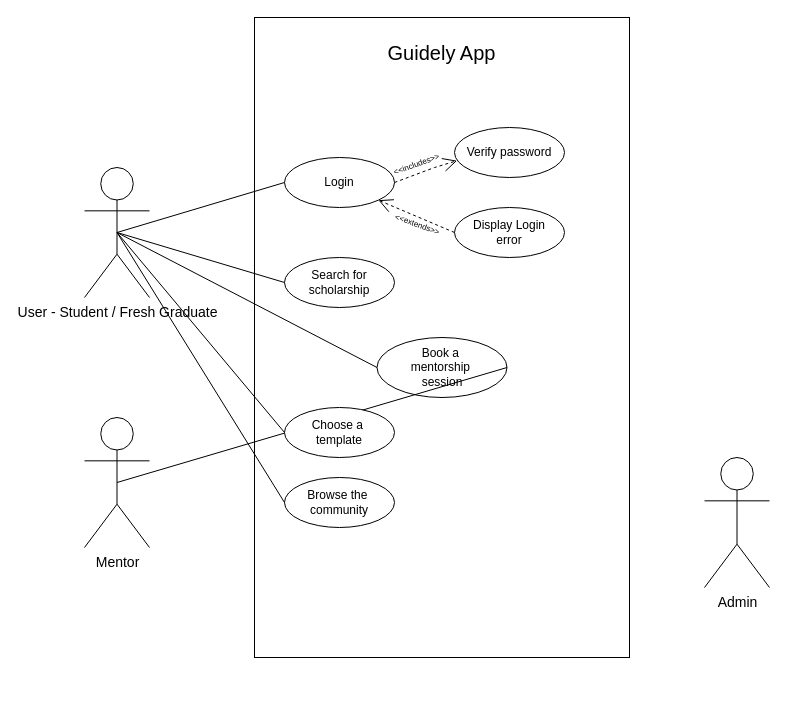
Before: Use Case Diagram - Guidely.drawio in haneen1705/Guidely, a draw.io diagram. Source tidied: cells renumbered, new cells numbered last; positions are measured from the earlier drawing's top-left corner, leaving out a move shared by most shapes. Both pictures are drawn from the tidied source at 100%, with x=0, y=0 at pixel (84, 17).
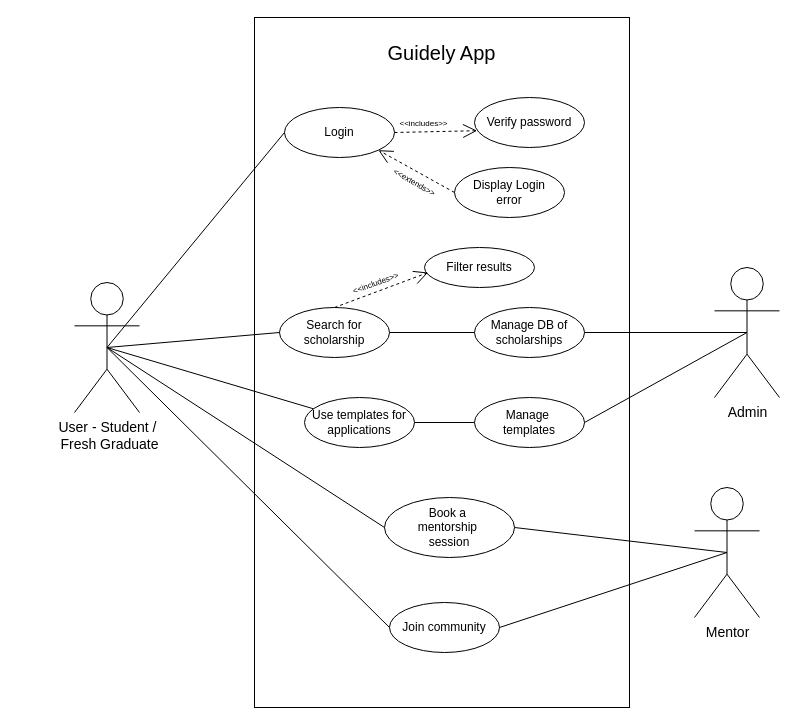
After the change.

Diff of the diagram source:
```diff
@@
     <mxCell id="2" style="rounded=0;whiteSpace=wrap;html=1;" parent="1" vertex="1">
-      <mxGeometry x="170" width="375" height="640" as="geometry" />
+      <mxGeometry x="170" width="375" height="690" as="geometry" />
     </mxCell>
     <mxCell id="3" value="Mentor" style="shape=umlActor;verticalLabelPosition=bottom;verticalAlign=top;html=1;outlineConnect=0;fontSize=14;" parent="1" vertex="1">
-      <mxGeometry y="400" width="65" height="130" as="geometry" />
+      <mxGeometry x="610" y="470" width="65" height="130" as="geometry" />
     </mxCell>
-    <mxCell id="4" value="User - Student / Fresh Graduate" style="shape=umlActor;verticalLabelPosition=bottom;verticalAlign=top;html=1;outlineConnect=0;fontSize=14;" parent="1" vertex="1">
-      <mxGeometry y="150" width="65" height="130" as="geometry" />
+    <mxCell id="4" value="User - Student /&lt;br&gt;&amp;nbsp;Fresh Graduate" style="shape=umlActor;verticalLabelPosition=bottom;verticalAlign=top;html=1;outlineConnect=0;fontSize=14;" parent="1" vertex="1">
+      <mxGeometry x="-10" y="265" width="65" height="130" as="geometry" />
     </mxCell>
@@
     <mxCell id="6" value="Login" style="ellipse;whiteSpace=wrap;html=1;" parent="1" vertex="1">
-      <mxGeometry x="200" y="140" width="110" height="50" as="geometry" />
+      <mxGeometry x="200" y="90" width="110" height="50" as="geometry" />
     </mxCell>
@@
     <mxCell id="8" value="&lt;div&gt;Display Login&lt;/div&gt;&lt;div&gt;error&lt;/div&gt;" style="ellipse;whiteSpace=wrap;html=1;" parent="1" vertex="1">
-      <mxGeometry x="370" y="190" width="110" height="50" as="geometry" />
+      <mxGeometry x="370" y="150" width="110" height="50" as="geometry" />
     </mxCell>
     <mxCell id="9" value="Verify password" style="ellipse;whiteSpace=wrap;html=1;" parent="1" vertex="1">
-      <mxGeometry x="370" y="110" width="110" height="50" as="geometry" />
+      <mxGeometry x="390" y="80" width="110" height="50" as="geometry" />
     </mxCell>
     <mxCell id="10" style="endArrow=open;dashed=1;endFill=0;endSize=12;html=1;rounded=0;exitX=1;exitY=0.5;exitDx=0;exitDy=0;entryX=0.024;entryY=0.664;entryDx=0;entryDy=0;entryPerimeter=0;" parent="1" edge="1" source="6" target="9">
-      <mxGeometry relative="1" as="geometry">
-        <Array as="points">
-          <mxPoint x="350" y="150" />
-        </Array>
-      </mxGeometry>
+      <mxGeometry relative="1" as="geometry" />
     </mxCell>
-    <mxCell id="11" value="&amp;lt;&amp;lt;includes&amp;gt;&amp;gt;" style="edgeLabel;html=1;align=center;verticalAlign=middle;fontSize=8;rotation=-20;labelBackgroundColor=none;" parent="10" vertex="1">
+    <mxCell id="11" value="&amp;lt;&amp;lt;includes&amp;gt;&amp;gt;" style="edgeLabel;html=1;align=center;verticalAlign=middle;fontSize=8;rotation=0;labelBackgroundColor=none;" parent="10" vertex="1">
       <mxGeometry x="-0.22" y="1" relative="1" as="geometry">
         <mxPoint x="-3" y="-8" as="offset" />
       </mxGeometry>
     </mxCell>
-    <mxCell id="12" value="&amp;lt;&amp;lt;extends&amp;gt;&amp;gt;" style="edgeLabel;html=1;align=center;verticalAlign=middle;fontSize=8;rotation=20;labelBorderColor=none;labelBackgroundColor=none;" parent="10" vertex="1">
+    <mxCell id="12" value="&amp;lt;&amp;lt;extends&amp;gt;&amp;gt;" style="edgeLabel;html=1;align=center;verticalAlign=middle;fontSize=8;rotation=30;labelBorderColor=none;labelBackgroundColor=none;" parent="10" vertex="1">
       <mxGeometry x="-0.22" y="1" relative="1" as="geometry">
-        <mxPoint x="-1" y="51" as="offset" />
+        <mxPoint x="-12" y="51" as="offset" />
       </mxGeometry>
     </mxCell>
@@
     <mxCell id="14" value="Search for scholarship" style="ellipse;whiteSpace=wrap;html=1;" parent="1" vertex="1">
-      <mxGeometry x="200" y="240" width="110" height="50" as="geometry" />
+      <mxGeometry x="195" y="290" width="110" height="50" as="geometry" />
     </mxCell>
@@
     <mxCell id="16" value="&lt;div&gt;Book a&amp;nbsp;&lt;/div&gt;&lt;div&gt;mentorship&amp;nbsp;&lt;/div&gt;&lt;div&gt;session&lt;/div&gt;" style="ellipse;whiteSpace=wrap;html=1;" parent="1" vertex="1">
-      <mxGeometry x="292.5" y="320" width="130" height="60" as="geometry" />
+      <mxGeometry x="300" y="480" width="130" height="60" as="geometry" />
     </mxCell>
@@
-    <mxCell id="19" value="&lt;div&gt;Choose a&amp;nbsp;&lt;/div&gt;&lt;div&gt;template&lt;/div&gt;" style="ellipse;whiteSpace=wrap;html=1;" parent="1" vertex="1">
-      <mxGeometry x="200" y="390" width="110" height="50" as="geometry" />
-    </mxCell>
-    <mxCell id="20" style="endArrow=none;html=1;rounded=0;entryX=0;entryY=0.5;entryDx=0;entryDy=0;exitX=0.5;exitY=0.5;exitDx=0;exitDy=0;exitPerimeter=0;" parent="1" edge="1" source="4" target="19">
-      <mxGeometry relative="1" as="geometry" />
-    </mxCell>
     <mxCell id="21" value="Admin" style="shape=umlActor;verticalLabelPosition=bottom;verticalAlign=top;html=1;outlineConnect=0;fontSize=14;" parent="1" vertex="1">
-      <mxGeometry x="620" y="440" width="65" height="130" as="geometry" />
+      <mxGeometry x="630" y="250" width="65" height="130" as="geometry" />
     </mxCell>
-    <mxCell id="22" value="&lt;div&gt;Browse the&amp;nbsp;&lt;/div&gt;&lt;div&gt;community&lt;/div&gt;" style="ellipse;whiteSpace=wrap;html=1;" parent="1" vertex="1">
-      <mxGeometry x="200" y="460" width="110" height="50" as="geometry" />
-    </mxCell>
-    <mxCell id="23" style="endArrow=none;html=1;rounded=0;entryX=0.5;entryY=0.5;entryDx=0;entryDy=0;entryPerimeter=0;exitX=0;exitY=0.5;exitDx=0;exitDy=0;" parent="1" edge="1" source="22" target="4">
-      <mxGeometry relative="1" as="geometry" />
-    </mxCell>
+    <mxCell id="24" value="&lt;div&gt;Manage DB of&lt;/div&gt;&lt;div&gt;scholarships&lt;/div&gt;" style="ellipse;whiteSpace=wrap;html=1;" parent="1" vertex="1">
+      <mxGeometry x="390" y="290" width="110" height="50" as="geometry" />
+    </mxCell>
+    <mxCell id="25" style="endArrow=none;html=1;rounded=0;entryX=0;entryY=0.5;entryDx=0;entryDy=0;exitX=1;exitY=0.5;exitDx=0;exitDy=0;" parent="1" edge="1" source="14" target="24">
+      <mxGeometry relative="1" as="geometry" />
+    </mxCell>
+    <mxCell id="26" style="endArrow=none;html=1;rounded=0;entryX=0.5;entryY=0.5;entryDx=0;entryDy=0;entryPerimeter=0;exitX=1;exitY=0.5;exitDx=0;exitDy=0;" parent="1" edge="1" source="24" target="21">
+      <mxGeometry relative="1" as="geometry" />
+    </mxCell>
+    <mxCell id="27" value="Join community" style="ellipse;whiteSpace=wrap;html=1;" parent="1" vertex="1">
+      <mxGeometry x="305" y="585" width="110" height="50" as="geometry" />
+    </mxCell>
+    <mxCell id="28" style="endArrow=none;html=1;rounded=0;entryX=0;entryY=0.5;entryDx=0;entryDy=0;exitX=0.5;exitY=0.5;exitDx=0;exitDy=0;exitPerimeter=0;" parent="1" edge="1" source="4" target="27">
+      <mxGeometry relative="1" as="geometry" />
+    </mxCell>
+    <mxCell id="29" style="endArrow=none;html=1;rounded=0;entryX=0.5;entryY=0.5;entryDx=0;entryDy=0;entryPerimeter=0;exitX=1;exitY=0.5;exitDx=0;exitDy=0;" parent="1" edge="1" source="27" target="3">
+      <mxGeometry relative="1" as="geometry" />
+    </mxCell>
+    <mxCell id="30" value="&lt;div&gt;Use templates for&lt;/div&gt;&lt;div&gt;applications&lt;/div&gt;" style="ellipse;whiteSpace=wrap;html=1;" parent="1" vertex="1">
+      <mxGeometry x="220" y="380" width="110" height="50" as="geometry" />
+    </mxCell>
+    <mxCell id="31" style="endArrow=none;html=1;rounded=0;exitX=0.5;exitY=0.5;exitDx=0;exitDy=0;exitPerimeter=0;" parent="1" edge="1" source="4" target="30">
+      <mxGeometry relative="1" as="geometry" />
+    </mxCell>
+    <mxCell id="32" value="&lt;div&gt;Manage&amp;nbsp;&lt;/div&gt;&lt;div&gt;templates&lt;/div&gt;" style="ellipse;whiteSpace=wrap;html=1;" parent="1" vertex="1">
+      <mxGeometry x="390" y="380" width="110" height="50" as="geometry" />
+    </mxCell>
+    <mxCell id="33" style="endArrow=none;html=1;rounded=0;" parent="1" edge="1" source="30" target="32">
+      <mxGeometry relative="1" as="geometry" />
+    </mxCell>
+    <mxCell id="34" style="endArrow=none;html=1;rounded=0;entryX=0.5;entryY=0.5;entryDx=0;entryDy=0;entryPerimeter=0;exitX=1;exitY=0.5;exitDx=0;exitDy=0;" parent="1" edge="1" source="32" target="21">
+      <mxGeometry relative="1" as="geometry" />
+    </mxCell>
+    <mxCell id="35" value="Filter results" style="ellipse;whiteSpace=wrap;html=1;" parent="1" vertex="1">
+      <mxGeometry x="340" y="230" width="110" height="40" as="geometry" />
+    </mxCell>
+    <mxCell id="36" style="endArrow=open;dashed=1;endFill=0;endSize=12;html=1;rounded=0;exitX=0.5;exitY=0;exitDx=0;exitDy=0;entryX=0.033;entryY=0.626;entryDx=0;entryDy=0;entryPerimeter=0;" parent="1" edge="1" source="14" target="35">
+      <mxGeometry relative="1" as="geometry" />
+    </mxCell>
+    <mxCell id="37" value="&amp;lt;&amp;lt;includes&amp;gt;&amp;gt;" style="edgeLabel;html=1;align=center;verticalAlign=middle;fontSize=8;rotation=-20;labelBackgroundColor=none;" parent="36" vertex="1">
+      <mxGeometry x="-0.22" y="1" relative="1" as="geometry">
+        <mxPoint x="4" y="-10" as="offset" />
+      </mxGeometry>
+    </mxCell>
```
